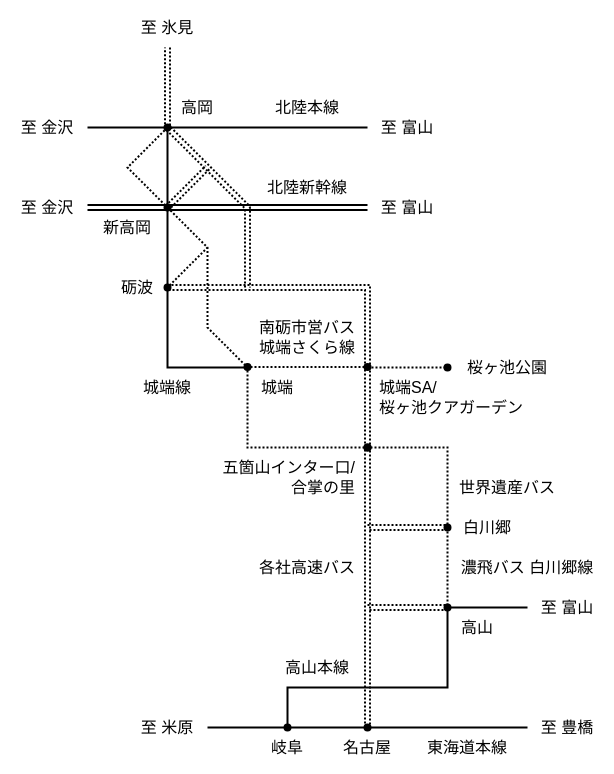
Before: page "名古屋-城端" (2 of 7) of routes.drawio in nnm-t/techniques-to-escape-from-dead-end-lines, a draw.io diagram. Source tidied: cells renumbered, new cells numbered last; positions are measured from the earlier drawing's top-left corner, leaving out a move shared by most shapes. Both pictures are drawn from the tidied source at 100%, with x=0, y=0 at pixel (17, 17).
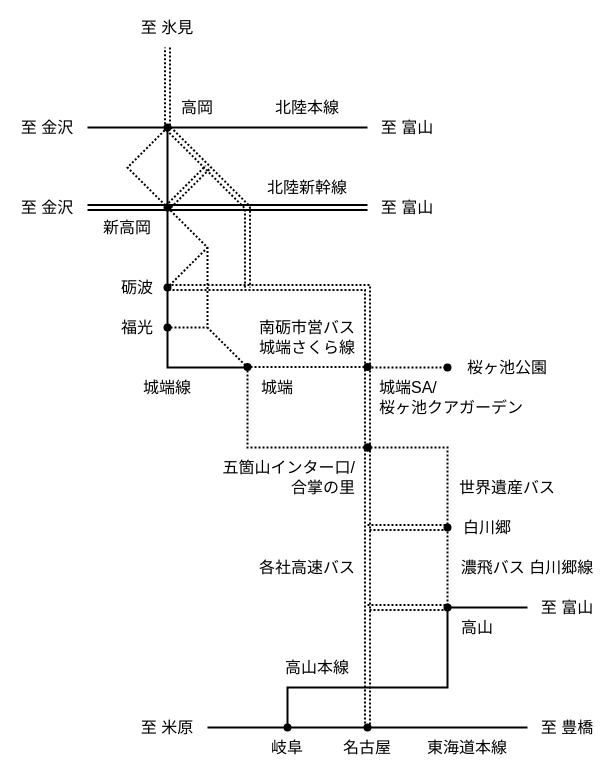
The same diagram, later.

The edit, as a diff of the source:
```diff
@@
+    <mxCell id="49" style="endArrow=none;html=1;rounded=0;dashed=1;dashPattern=1 1;fontSize=16;strokeWidth=2;startArrow=oval;startFill=1;" parent="1" edge="1">
+      <mxGeometry relative="1" as="geometry">
+        <mxPoint x="150" y="310" as="sourcePoint" />
+        <mxPoint x="190" y="310" as="targetPoint" />
+      </mxGeometry>
+    </mxCell>
+    <mxCell id="50" value="福光" style="text;html=1;strokeColor=none;fillColor=none;align=center;verticalAlign=middle;whiteSpace=wrap;rounded=0;fontSize=16;" parent="1" vertex="1">
+      <mxGeometry x="100" y="300" width="40" height="20" as="geometry" />
+    </mxCell>
```
